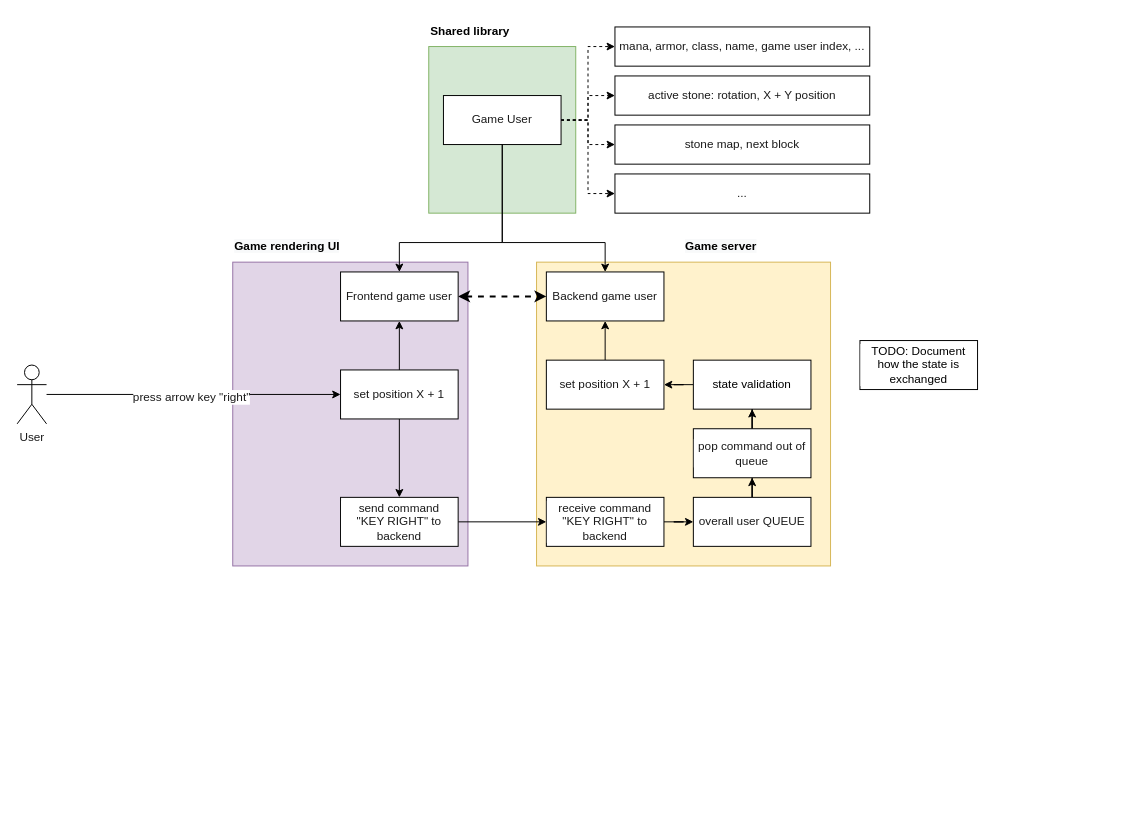
This is page "2. Game state sync" (4 of 5) of flows.drawio from Tschuck/battletris, a draw.io file, before an edit. Source tidied: cells renumbered, new cells numbered last; positions are measured from the earlier drawing's top-left corner, leaving out a move shared by most shapes. Both pictures are drawn from the tidied source at 98%, with x=0, y=0 at pixel (17, 17).
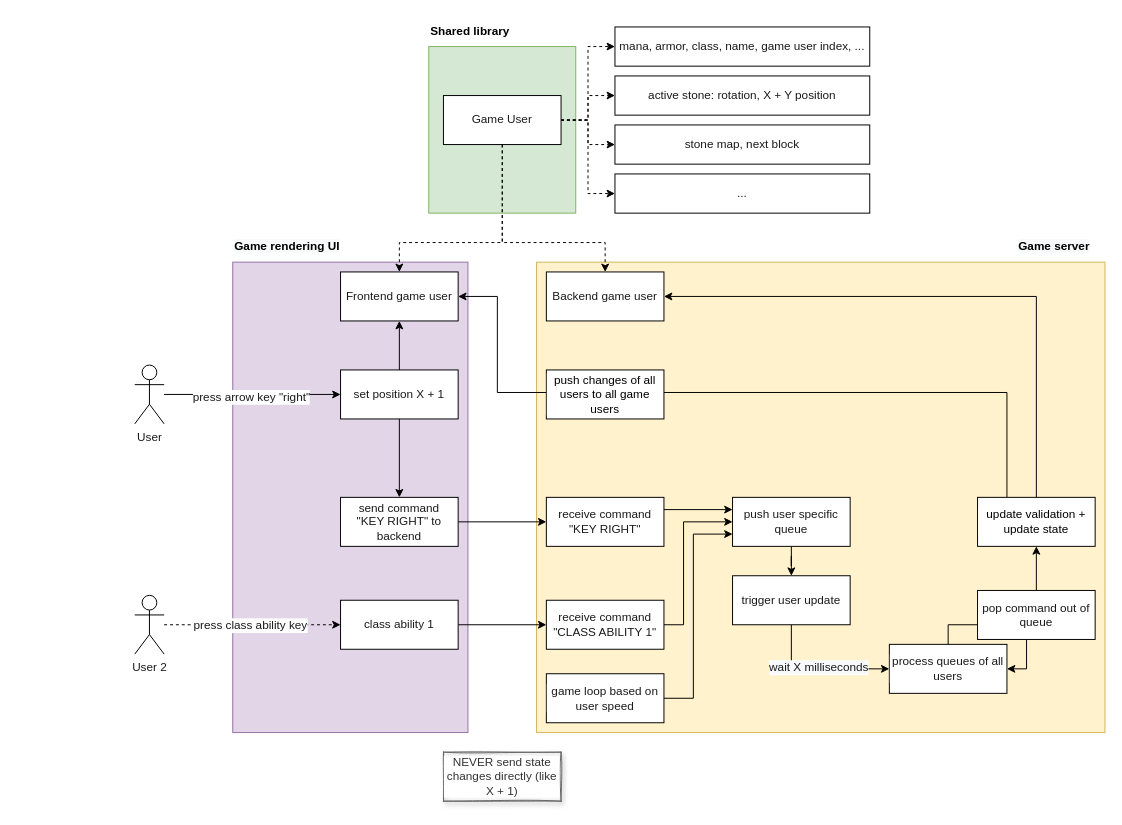
The same diagram, later.

Unchanged cells that the change refers to:
```xml
<mxCell id="8" value="Game User" style="rounded=0;whiteSpace=wrap;html=1;shadow=0;glass=0;labelBackgroundColor=#FFFFFF;sketch=0;fontSize=12;fontColor=#1A1A1A;strokeColor=default;fillColor=default;gradientColor=none;" parent="1" vertex="1">
  <mxGeometry x="435" y="80" width="120" height="50" as="geometry" />
</mxCell>
<mxCell id="17" value="Backend game user" style="rounded=0;whiteSpace=wrap;html=1;shadow=0;glass=0;labelBackgroundColor=#FFFFFF;sketch=0;fontSize=12;fontColor=#1A1A1A;strokeColor=default;fillColor=default;gradientColor=none;" parent="1" vertex="1">
  <mxGeometry x="540" y="260" width="120" height="50" as="geometry" />
</mxCell>
<mxCell id="19" value="Frontend game user" style="rounded=0;whiteSpace=wrap;html=1;shadow=0;glass=0;labelBackgroundColor=#FFFFFF;sketch=0;fontSize=12;fontColor=#1A1A1A;strokeColor=default;fillColor=default;gradientColor=none;" parent="1" vertex="1">
  <mxGeometry x="330" y="260" width="120" height="50" as="geometry" />
</mxCell>
```

Change to the diagram source:
```diff
@@
     <mxCell id="13" style="rounded=0;whiteSpace=wrap;html=1;fillColor=#e1d5e7;strokeColor=#9673a6;fontStyle=0;" parent="1" vertex="1">
-      <mxGeometry x="220" y="250" width="240" height="310" as="geometry" />
+      <mxGeometry x="220" y="250" width="240" height="480" as="geometry" />
     </mxCell>
@@
     <mxCell id="15" style="rounded=0;whiteSpace=wrap;html=1;fillColor=#fff2cc;strokeColor=#d6b656;" parent="1" vertex="1">
-      <mxGeometry x="530" y="250" width="300" height="310" as="geometry" />
+      <mxGeometry x="530" y="250" width="580" height="480" as="geometry" />
     </mxCell>
     <mxCell id="16" value="&lt;span style=&quot;color: rgb(0, 0, 0); font-family: Helvetica; font-size: 12px; font-style: normal; font-variant-ligatures: normal; font-variant-caps: normal; letter-spacing: normal; orphans: 2; text-align: center; text-indent: 0px; text-transform: none; widows: 2; word-spacing: 0px; -webkit-text-stroke-width: 0px; background-color: rgb(248, 249, 250); text-decoration-thickness: initial; text-decoration-style: initial; text-decoration-color: initial; float: none; display: inline !important;&quot;&gt;Game server&lt;/span&gt;" style="text;whiteSpace=wrap;html=1;fontStyle=1;" parent="1" vertex="1">
-      <mxGeometry x="680" y="220" width="90" height="30" as="geometry" />
+      <mxGeometry x="1020" y="220" width="90" height="30" as="geometry" />
     </mxCell>
@@
-    <mxCell id="18" style="edgeStyle=orthogonalEdgeStyle;rounded=0;jettySize=auto;html=1;exitX=1;exitY=0.5;exitDx=0;exitDy=0;entryX=0;entryY=0.5;entryDx=0;entryDy=0;fontSize=12;fontColor=#1A1A1A;startArrow=classic;startFill=1;strokeWidth=2;dashed=1;" parent="1" edge="1" source="19" target="17">
-      <mxGeometry relative="1" as="geometry" />
-    </mxCell>
@@
-    <mxCell id="20" style="edgeStyle=orthogonalEdgeStyle;rounded=0;jettySize=auto;html=1;exitX=0.5;exitY=1;exitDx=0;exitDy=0;fontSize=12;fontColor=#1A1A1A;startArrow=none;startFill=0;strokeWidth=1;" parent="1" edge="1" source="8" target="17">
+    <mxCell id="20" style="edgeStyle=orthogonalEdgeStyle;rounded=0;jettySize=auto;html=1;exitX=0.5;exitY=1;exitDx=0;exitDy=0;fontSize=12;fontColor=#1A1A1A;startArrow=none;startFill=0;strokeWidth=1;dashed=1;" parent="1" edge="1" source="8" target="17">
       <mxGeometry relative="1" as="geometry">
         <Array as="points">
           <mxPoint x="495" y="230" />
           <mxPoint x="600" y="230" />
         </Array>
       </mxGeometry>
     </mxCell>
-    <mxCell id="21" style="edgeStyle=orthogonalEdgeStyle;rounded=0;jettySize=auto;html=1;exitX=0.5;exitY=1;exitDx=0;exitDy=0;fontSize=12;fontColor=#1A1A1A;startArrow=none;startFill=0;strokeWidth=1;" parent="1" edge="1" source="8" target="19">
+    <mxCell id="21" style="edgeStyle=orthogonalEdgeStyle;rounded=0;jettySize=auto;html=1;exitX=0.5;exitY=1;exitDx=0;exitDy=0;fontSize=12;fontColor=#1A1A1A;startArrow=none;startFill=0;strokeWidth=1;dashed=1;" parent="1" edge="1" source="8" target="19">
       <mxGeometry relative="1" as="geometry">
         <Array as="points">
           <mxPoint x="495" y="230" />
           <mxPoint x="390" y="230" />
         </Array>
       </mxGeometry>
     </mxCell>
@@
     <mxCell id="24" value="User" style="shape=umlActor;verticalLabelPosition=bottom;verticalAlign=top;html=1;outlineConnect=0;shadow=0;glass=0;labelBackgroundColor=#FFFFFF;sketch=0;fontSize=12;fontColor=#1A1A1A;strokeColor=default;fillColor=default;gradientColor=none;" parent="1" vertex="1">
-      <mxGeometry y="355" width="30" height="60" as="geometry" />
+      <mxGeometry x="120" y="355" width="30" height="60" as="geometry" />
     </mxCell>
@@
-    <mxCell id="30" style="edgeStyle=orthogonalEdgeStyle;rounded=0;jettySize=auto;html=1;entryX=0.5;entryY=1;entryDx=0;entryDy=0;fontSize=12;fontColor=#1A1A1A;startArrow=none;startFill=0;strokeWidth=1;" parent="1" edge="1" source="31" target="17">
-      <mxGeometry relative="1" as="geometry" />
-    </mxCell>
-    <mxCell id="31" value="set position X + 1" style="rounded=0;whiteSpace=wrap;html=1;shadow=0;glass=0;labelBackgroundColor=#FFFFFF;sketch=0;fontSize=12;fontColor=#1A1A1A;strokeColor=default;fillColor=default;gradientColor=none;" parent="1" vertex="1">
-      <mxGeometry x="540" y="350" width="120" height="50" as="geometry" />
-    </mxCell>
-    <mxCell id="32" style="edgeStyle=orthogonalEdgeStyle;rounded=0;jettySize=auto;html=1;entryX=0;entryY=0.5;entryDx=0;entryDy=0;fontSize=12;fontColor=#1A1A1A;startArrow=none;startFill=0;strokeWidth=1;" parent="1" edge="1" source="33" target="37">
+    <mxCell id="32" style="edgeStyle=orthogonalEdgeStyle;rounded=0;jettySize=auto;html=1;exitX=1;exitY=0.25;exitDx=0;exitDy=0;entryX=0;entryY=0.25;entryDx=0;entryDy=0;fontSize=12;fontColor=#1A1A1A;startArrow=none;startFill=0;strokeWidth=1;" parent="1" edge="1" source="33" target="37">
       <mxGeometry relative="1" as="geometry" />
     </mxCell>
-    <mxCell id="33" value="receive command&lt;br&gt;&quot;KEY RIGHT&quot; to backend" style="rounded=0;whiteSpace=wrap;html=1;shadow=0;glass=0;labelBackgroundColor=#FFFFFF;sketch=0;fontSize=12;fontColor=#1A1A1A;strokeColor=default;fillColor=default;gradientColor=none;" parent="1" vertex="1">
+    <mxCell id="33" value="receive command&lt;br&gt;&quot;KEY RIGHT&quot;" style="rounded=0;whiteSpace=wrap;html=1;shadow=0;glass=0;labelBackgroundColor=#FFFFFF;sketch=0;fontSize=12;fontColor=#1A1A1A;strokeColor=default;fillColor=default;gradientColor=none;" parent="1" vertex="1">
       <mxGeometry x="540" y="490" width="120" height="50" as="geometry" />
     </mxCell>
-    <mxCell id="34" style="edgeStyle=orthogonalEdgeStyle;rounded=0;jettySize=auto;html=1;entryX=1;entryY=0.5;entryDx=0;entryDy=0;fontSize=12;fontColor=#1A1A1A;startArrow=none;startFill=0;strokeWidth=1;" parent="1" edge="1" source="35" target="31">
-      <mxGeometry relative="1" as="geometry" />
-    </mxCell>
+    <mxCell id="41" style="edgeStyle=orthogonalEdgeStyle;rounded=0;jettySize=auto;html=1;entryX=1;entryY=0.5;entryDx=0;entryDy=0;fontSize=12;fontColor=#1A1A1A;startArrow=none;startFill=0;strokeWidth=1;" parent="1" edge="1" source="35" target="17">
+      <mxGeometry relative="1" as="geometry">
+        <Array as="points">
+          <mxPoint x="1040" y="285" />
+        </Array>
+      </mxGeometry>
+    </mxCell>
+    <mxCell id="42" style="edgeStyle=orthogonalEdgeStyle;rounded=0;jettySize=auto;html=1;exitX=0.25;exitY=0;exitDx=0;exitDy=0;entryX=1;entryY=0.5;entryDx=0;entryDy=0;fontSize=12;fontColor=#1A1A1A;startArrow=none;startFill=0;strokeWidth=1;" parent="1" edge="1" source="35" target="19">
+      <mxGeometry relative="1" as="geometry">
+        <Array as="points">
+          <mxPoint x="1010" y="383" />
+          <mxPoint x="490" y="383" />
+          <mxPoint x="490" y="285" />
+        </Array>
+      </mxGeometry>
+    </mxCell>
-    <mxCell id="35" value="state validation" style="rounded=0;whiteSpace=wrap;html=1;shadow=0;glass=0;labelBackgroundColor=#FFFFFF;sketch=0;fontSize=12;" parent="1" vertex="1">
-      <mxGeometry x="690" y="350" width="120" height="50" as="geometry" />
+    <mxCell id="35" value="update validation + update state" style="rounded=0;whiteSpace=wrap;html=1;shadow=0;glass=0;labelBackgroundColor=#FFFFFF;sketch=0;fontSize=12;" parent="1" vertex="1">
+      <mxGeometry x="980" y="490" width="120" height="50" as="geometry" />
     </mxCell>
-    <mxCell id="36" style="edgeStyle=orthogonalEdgeStyle;rounded=0;jettySize=auto;html=1;entryX=0.5;entryY=1;entryDx=0;entryDy=0;fontSize=12;fontColor=#1A1A1A;startArrow=none;startFill=0;strokeWidth=1;" parent="1" edge="1" source="37" target="39">
-      <mxGeometry relative="1" as="geometry" />
-    </mxCell>
+    <mxCell id="43" style="edgeStyle=orthogonalEdgeStyle;rounded=0;jettySize=auto;html=1;entryX=0.5;entryY=0;entryDx=0;entryDy=0;fontSize=12;fontColor=#1A1A1A;startArrow=none;startFill=0;strokeWidth=1;" parent="1" edge="1" source="37" target="53">
+      <mxGeometry relative="1" as="geometry" />
+    </mxCell>
-    <mxCell id="37" value="overall user QUEUE" style="rounded=0;whiteSpace=wrap;html=1;shadow=0;glass=0;labelBackgroundColor=#FFFFFF;sketch=0;fontSize=12;fontColor=#1A1A1A;strokeColor=default;fillColor=default;gradientColor=none;" parent="1" vertex="1">
-      <mxGeometry x="690" y="490" width="120" height="50" as="geometry" />
+    <mxCell id="37" value="push user specific queue" style="rounded=0;whiteSpace=wrap;html=1;shadow=0;glass=0;labelBackgroundColor=#FFFFFF;sketch=0;fontSize=12;fontColor=#1A1A1A;strokeColor=default;fillColor=default;gradientColor=none;" parent="1" vertex="1">
+      <mxGeometry x="730" y="490" width="120" height="50" as="geometry" />
     </mxCell>
+    <mxCell id="44" style="edgeStyle=orthogonalEdgeStyle;rounded=0;jettySize=auto;html=1;dashed=1;fontSize=12;fontColor=#1A1A1A;startArrow=none;startFill=0;strokeWidth=1;" parent="1" edge="1" source="46" target="48">
+      <mxGeometry relative="1" as="geometry" />
+    </mxCell>
+    <mxCell id="45" value="press class ability key" style="edgeLabel;html=1;align=center;verticalAlign=middle;fontSize=12;fontColor=#1A1A1A;" parent="44" vertex="1">
+      <mxGeometry x="-0.03" relative="1" as="geometry" />
+    </mxCell>
+    <mxCell id="46" value="User 2" style="shape=umlActor;verticalLabelPosition=bottom;verticalAlign=top;html=1;outlineConnect=0;shadow=0;glass=0;labelBackgroundColor=#FFFFFF;sketch=0;fontSize=12;fontColor=#1A1A1A;strokeColor=default;fillColor=default;gradientColor=none;" parent="1" vertex="1">
+      <mxGeometry x="120" y="590" width="30" height="60" as="geometry" />
+    </mxCell>
+    <mxCell id="47" style="edgeStyle=orthogonalEdgeStyle;rounded=0;jettySize=auto;html=1;fontSize=12;fontColor=#1A1A1A;startArrow=none;startFill=0;strokeWidth=1;" parent="1" edge="1" source="48" target="50">
+      <mxGeometry relative="1" as="geometry" />
+    </mxCell>
+    <mxCell id="48" value="class ability 1" style="rounded=0;whiteSpace=wrap;html=1;shadow=0;glass=0;labelBackgroundColor=#FFFFFF;sketch=0;fontSize=12;fontColor=#1A1A1A;strokeColor=default;fillColor=default;gradientColor=none;" parent="1" vertex="1">
+      <mxGeometry x="330" y="595" width="120" height="50" as="geometry" />
+    </mxCell>
+    <mxCell id="49" style="edgeStyle=orthogonalEdgeStyle;rounded=0;jettySize=auto;html=1;entryX=0;entryY=0.5;entryDx=0;entryDy=0;fontSize=12;fontColor=#1A1A1A;startArrow=none;startFill=0;strokeWidth=1;" parent="1" edge="1" source="50" target="37">
+      <mxGeometry relative="1" as="geometry">
+        <Array as="points">
+          <mxPoint x="680" y="620" />
+          <mxPoint x="680" y="515" />
+        </Array>
+      </mxGeometry>
+    </mxCell>
+    <mxCell id="50" value="receive command&lt;br&gt;&quot;CLASS ABILITY 1&quot;" style="rounded=0;whiteSpace=wrap;html=1;shadow=0;glass=0;labelBackgroundColor=#FFFFFF;sketch=0;fontSize=12;fontColor=#1A1A1A;strokeColor=default;fillColor=default;gradientColor=none;" parent="1" vertex="1">
+      <mxGeometry x="540" y="595" width="120" height="50" as="geometry" />
+    </mxCell>
+    <mxCell id="51" style="edgeStyle=orthogonalEdgeStyle;rounded=0;jettySize=auto;html=1;entryX=0;entryY=0.5;entryDx=0;entryDy=0;fontSize=12;fontColor=#1A1A1A;startArrow=none;startFill=0;strokeWidth=1;" parent="1" edge="1" source="53" target="54">
+      <mxGeometry relative="1" as="geometry">
+        <Array as="points">
+          <mxPoint x="790" y="665" />
+        </Array>
+      </mxGeometry>
+    </mxCell>
+    <mxCell id="52" value="&lt;span style=&quot;background-color: rgb(248, 249, 250);&quot;&gt;wait X milliseconds&lt;/span&gt;" style="edgeLabel;html=1;align=center;verticalAlign=middle;fontSize=12;fontColor=#1A1A1A;" parent="51" vertex="1">
+      <mxGeometry x="-0.01" y="2" relative="1" as="geometry" />
+    </mxCell>
+    <mxCell id="53" value="trigger user update" style="rounded=0;whiteSpace=wrap;html=1;shadow=0;glass=0;labelBackgroundColor=#FFFFFF;sketch=0;fontSize=12;fontColor=#1A1A1A;strokeColor=default;fillColor=default;gradientColor=none;" parent="1" vertex="1">
+      <mxGeometry x="730" y="570" width="120" height="50" as="geometry" />
+    </mxCell>
+    <mxCell id="54" value="process queues of all users" style="rounded=0;whiteSpace=wrap;html=1;shadow=0;glass=0;labelBackgroundColor=#FFFFFF;sketch=0;fontSize=12;fontColor=#1A1A1A;strokeColor=default;fillColor=default;gradientColor=none;" parent="1" vertex="1">
+      <mxGeometry x="890" y="640" width="120" height="50" as="geometry" />
+    </mxCell>
+    <mxCell id="55" style="edgeStyle=orthogonalEdgeStyle;rounded=0;jettySize=auto;html=1;entryX=0;entryY=0.75;entryDx=0;entryDy=0;fontSize=12;fontColor=#1A1A1A;startArrow=none;startFill=0;strokeWidth=1;" parent="1" edge="1" source="56" target="37">
+      <mxGeometry relative="1" as="geometry">
+        <Array as="points">
+          <mxPoint x="690" y="695" />
+          <mxPoint x="690" y="527" />
+        </Array>
+      </mxGeometry>
+    </mxCell>
+    <mxCell id="56" value="game loop based on user speed" style="rounded=0;whiteSpace=wrap;html=1;shadow=0;glass=0;labelBackgroundColor=#FFFFFF;sketch=0;fontSize=12;fontColor=#1A1A1A;strokeColor=default;fillColor=default;gradientColor=none;" parent="1" vertex="1">
+      <mxGeometry x="540" y="670" width="120" height="50" as="geometry" />
+    </mxCell>
+    <mxCell id="57" style="edgeStyle=orthogonalEdgeStyle;rounded=0;orthogonalLoop=1;jettySize=auto;html=1;entryX=1;entryY=0.5;entryDx=0;entryDy=0;fontSize=12;fontColor=#1A1A1A;startArrow=none;startFill=0;strokeWidth=1;" parent="1" edge="1" source="54" target="54">
+      <mxGeometry relative="1" as="geometry" />
+    </mxCell>
@@
     <mxCell id="39" value="pop command out of queue" style="rounded=0;whiteSpace=wrap;html=1;shadow=0;glass=0;labelBackgroundColor=#FFFFFF;sketch=0;fontSize=12;fontColor=#1A1A1A;strokeColor=default;fillColor=default;gradientColor=none;" parent="1" vertex="1">
-      <mxGeometry x="690" y="420" width="120" height="50" as="geometry" />
+      <mxGeometry x="980" y="585" width="120" height="50" as="geometry" />
     </mxCell>
-    <mxCell id="40" value="TODO: Document how the state is exchanged" style="rounded=0;whiteSpace=wrap;html=1;shadow=0;glass=0;labelBackgroundColor=#FFFFFF;sketch=0;fontSize=12;" parent="1" vertex="1">
-      <mxGeometry x="860" y="330" width="120" height="50" as="geometry" />
-    </mxCell>
+    <mxCell id="58" value="push changes of all users to all game users" style="rounded=0;whiteSpace=wrap;html=1;shadow=0;glass=0;labelBackgroundColor=#FFFFFF;sketch=0;fontSize=12;" parent="1" vertex="1">
+      <mxGeometry x="540" y="360" width="120" height="50" as="geometry" />
+    </mxCell>
+    <mxCell id="59" value="NEVER send state changes directly (like X + 1)" style="rounded=0;whiteSpace=wrap;html=1;shadow=1;glass=0;labelBackgroundColor=#FFFFFF;sketch=1;fontSize=12;fontColor=#333333;strokeColor=#666666;fillColor=#f5f5f5;" parent="1" vertex="1">
+      <mxGeometry x="435" y="750" width="120" height="50" as="geometry" />
+    </mxCell>
```
